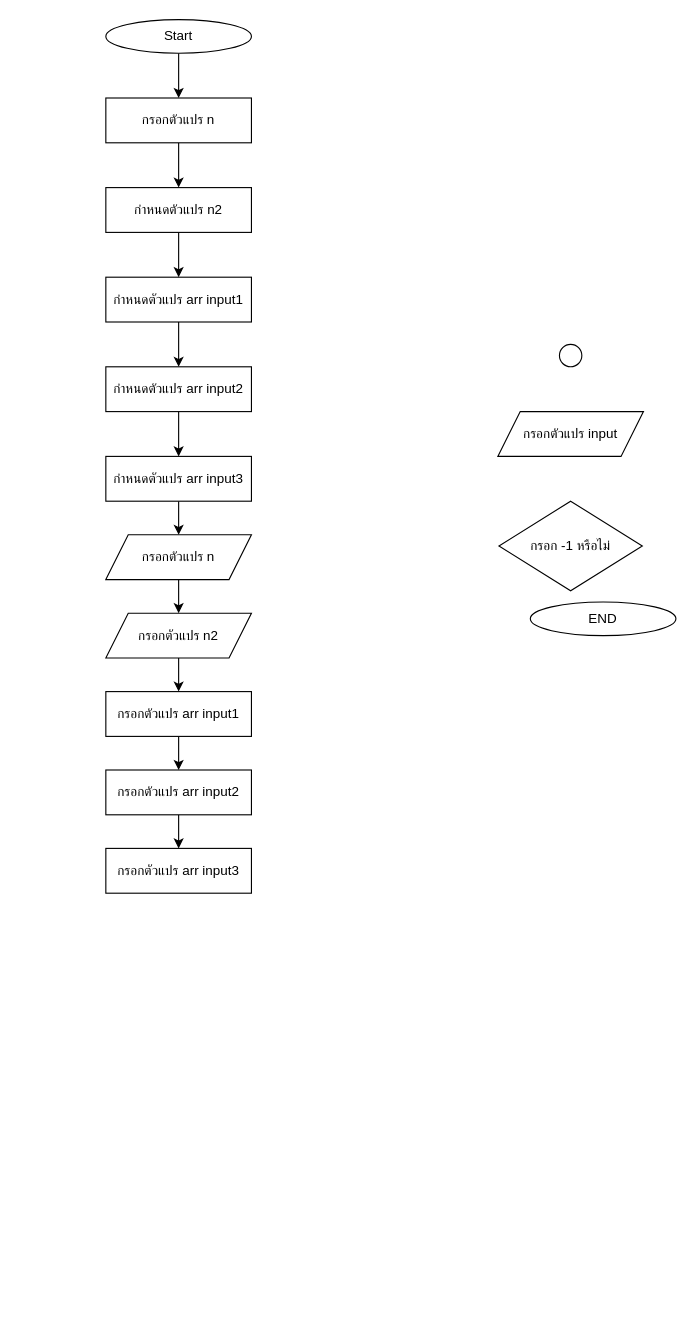
aphiwat-window/ENGCE117 keeps this draw.io diagram as HW/HW9/hw09-6/hw09-6.drawio. Above is the earlier version. Source tidied: cells renumbered, new cells numbered last; positions are measured from the earlier drawing's top-left corner, leaving out a move shared by most shapes. Both pictures are drawn from the tidied source at 112%, with x=0, y=0 at pixel (105, 19).
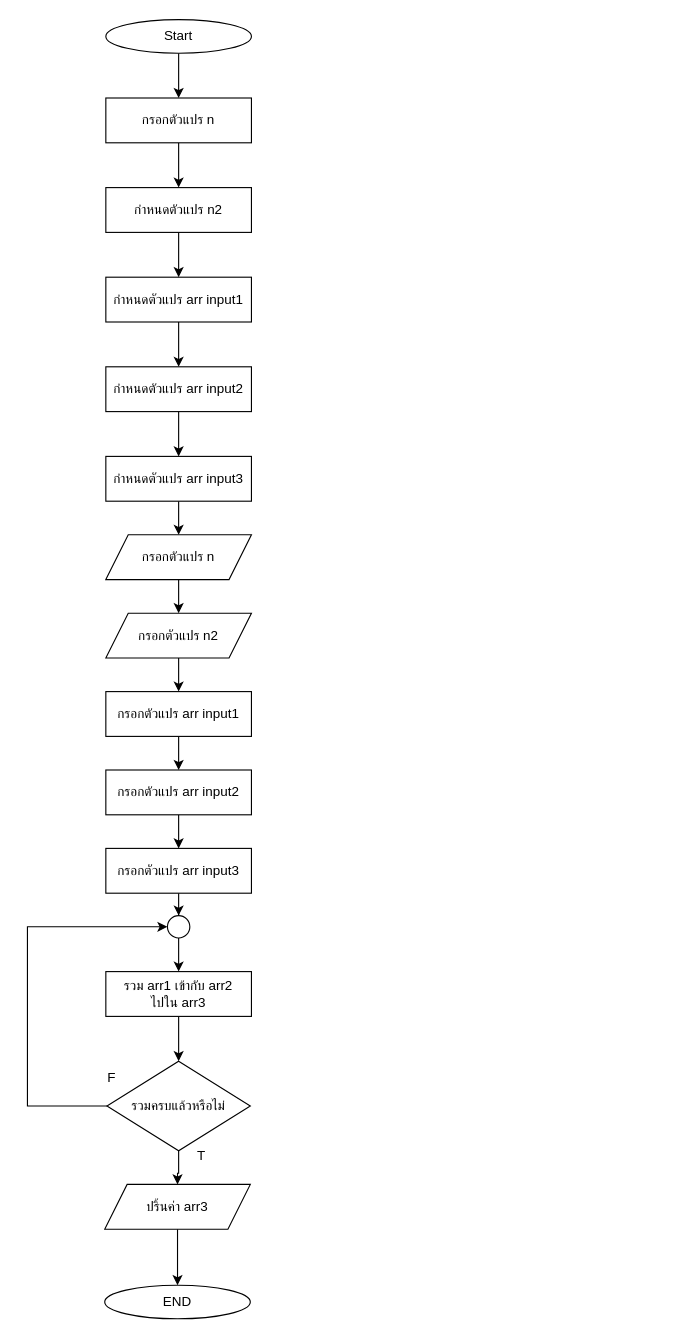
The same diagram, later.

Unchanged cells that the change refers to:
```xml
<mxCell id="22" value="กรอกตัวแปร arr input3" style="rounded=0;whiteSpace=wrap;html=1;" parent="1" vertex="1">
  <mxGeometry y="740" width="130" height="40" as="geometry" />
</mxCell>
```

Change to the diagram source:
```diff
@@
+    <mxCell id="27" style="edgeStyle=orthogonalEdgeStyle;rounded=0;jettySize=auto;html=1;" parent="1" edge="1" source="4" target="7">
+      <mxGeometry relative="1" as="geometry" />
+    </mxCell>
-    <mxCell id="4" value="กรอกตัวแปร input" style="rounded=0;whiteSpace=wrap;html=1;shape=parallelogram;perimeter=parallelogramPerimeter;fixedSize=1;" parent="1" vertex="1">
-      <mxGeometry x="350" y="350" width="130" height="40" as="geometry" />
+    <mxCell id="4" value="ปริ้นค่า arr3" style="rounded=0;whiteSpace=wrap;html=1;shape=parallelogram;perimeter=parallelogramPerimeter;fixedSize=1;" parent="1" vertex="1">
+      <mxGeometry x="-1" y="1040" width="130" height="40" as="geometry" />
     </mxCell>
+    <mxCell id="28" style="edgeStyle=orthogonalEdgeStyle;rounded=0;jettySize=auto;html=1;" parent="1" edge="1" source="5" target="33">
+      <mxGeometry relative="1" as="geometry" />
+    </mxCell>
     <mxCell id="5" style="ellipse;whiteSpace=wrap;html=1;" parent="1" vertex="1">
-      <mxGeometry x="405" y="290" width="20" height="20" as="geometry" />
+      <mxGeometry x="55" y="800" width="20" height="20" as="geometry" />
     </mxCell>
+    <mxCell id="29" style="edgeStyle=orthogonalEdgeStyle;rounded=0;jettySize=auto;html=1;entryX=0;entryY=0.5;entryDx=0;entryDy=0;" parent="1" edge="1" source="6" target="5">
+      <mxGeometry relative="1" as="geometry">
+        <Array as="points">
+          <mxPoint x="-70" y="970" />
+          <mxPoint x="-70" y="810" />
+        </Array>
+      </mxGeometry>
+    </mxCell>
+    <mxCell id="30" style="edgeStyle=orthogonalEdgeStyle;rounded=0;jettySize=auto;html=1;" parent="1" edge="1" source="6" target="4">
+      <mxGeometry relative="1" as="geometry" />
+    </mxCell>
-    <mxCell id="6" value="กรอก -1 หรือไม่" style="rhombus;whiteSpace=wrap;html=1;" parent="1" vertex="1">
-      <mxGeometry x="351" y="430" width="128" height="80" as="geometry" />
+    <mxCell id="6" value="รวมครบแล้วหรือไม่" style="rhombus;whiteSpace=wrap;html=1;" parent="1" vertex="1">
+      <mxGeometry x="1" y="930" width="128" height="80" as="geometry" />
     </mxCell>
     <mxCell id="7" value="&lt;font face=&quot;Sarabun&quot;&gt;END&lt;/font&gt;" style="ellipse;whiteSpace=wrap;html=1;" parent="1" vertex="1">
-      <mxGeometry x="379" y="520" width="130" height="30" as="geometry" />
+      <mxGeometry x="-1" y="1130" width="130" height="30" as="geometry" />
     </mxCell>
@@
+    <mxCell id="31" style="edgeStyle=orthogonalEdgeStyle;rounded=0;jettySize=auto;html=1;entryX=0.5;entryY=0;entryDx=0;entryDy=0;" parent="1" edge="1" source="22" target="5">
+      <mxGeometry relative="1" as="geometry" />
+    </mxCell>
@@
+    <mxCell id="32" style="edgeStyle=orthogonalEdgeStyle;rounded=0;jettySize=auto;html=1;" parent="1" edge="1" source="33" target="6">
+      <mxGeometry relative="1" as="geometry" />
+    </mxCell>
+    <mxCell id="33" value="รวม arr1 เข้ากับ arr2&lt;div&gt;ไปใน arr3&lt;/div&gt;" style="rounded=0;whiteSpace=wrap;html=1;" parent="1" vertex="1">
+      <mxGeometry y="850" width="130" height="40" as="geometry" />
+    </mxCell>
+    <mxCell id="34" value="T" style="text;html=1;align=center;verticalAlign=middle;strokeColor=none;fillColor=none;" parent="1" vertex="1">
+      <mxGeometry x="70" y="1000" width="30" height="30" as="geometry" />
+    </mxCell>
+    <mxCell id="35" value="F" style="text;html=1;align=center;verticalAlign=middle;strokeColor=none;fillColor=none;" parent="1" vertex="1">
+      <mxGeometry x="-10" y="930" width="30" height="30" as="geometry" />
+    </mxCell>
```
